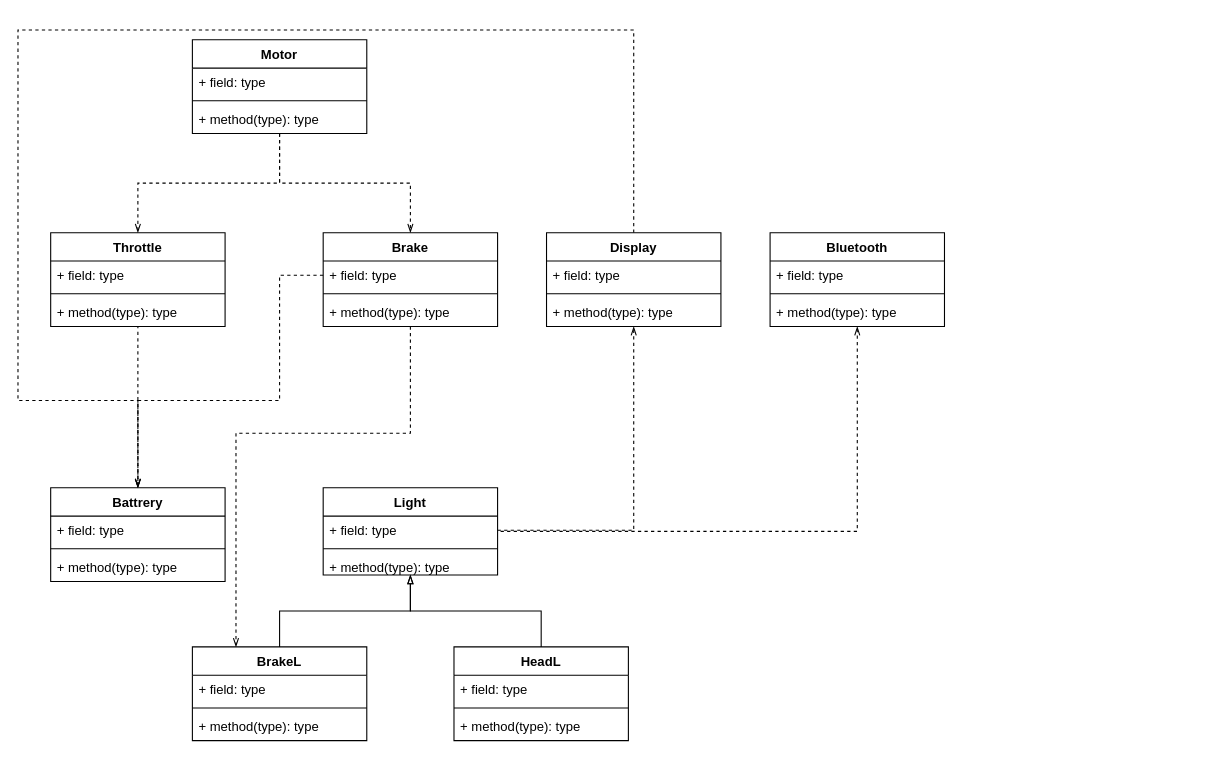
This is doc/class diagram.drawio from LucasCoraca/M365-Unlocked, a draw.io file, before an edit. Source tidied: cells renumbered, new cells numbered last; positions are measured from the earlier drawing's top-left corner, leaving out a move shared by most shapes. Both pictures are drawn from the tidied source at 109%, with x=0, y=0 at pixel (17, 29).
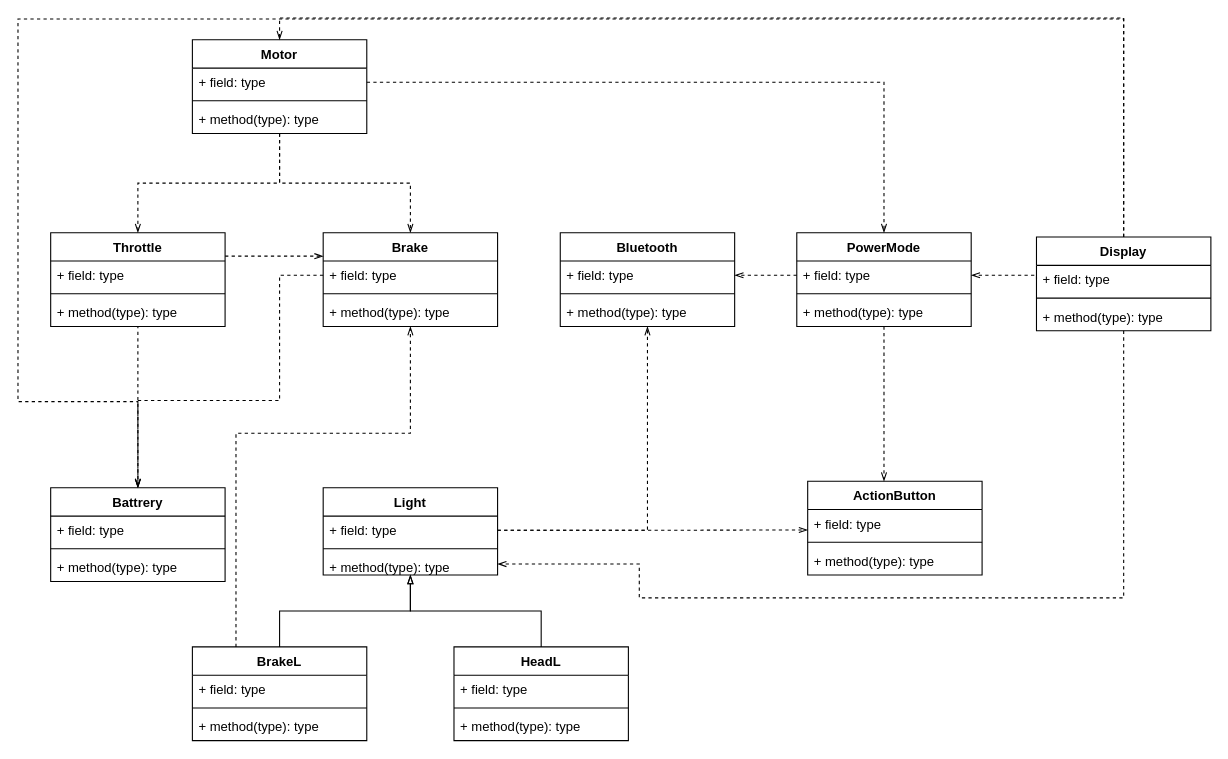
After the change.

Unchanged cells that the change refers to:
```xml
<mxCell id="4" value="Motor" style="swimlane;fontStyle=1;align=center;verticalAlign=top;horizontal=1;startSize=26;" parent="1" vertex="1">
  <mxGeometry x="160" y="9" width="160" height="86" as="geometry" />
</mxCell>
<mxCell id="5" value="+ field: type" style="text;strokeColor=none;fillColor=none;align=left;verticalAlign=top;spacingLeft=4;spacingRight=4;overflow=hidden;points=[[0,0.5],[1,0.5]];portConstraint=eastwest;" parent="4" vertex="1">
  <mxGeometry y="26" width="160" height="26" as="geometry" />
</mxCell>
<mxCell id="9" value="Brake" style="swimlane;fontStyle=1;align=center;verticalAlign=top;horizontal=1;startSize=26;" parent="1" vertex="1">
  <mxGeometry x="280" y="186" width="160" height="86" as="geometry" />
</mxCell>
<mxCell id="13" value="Throttle" style="swimlane;fontStyle=1;align=center;verticalAlign=top;horizontal=1;startSize=26;" parent="1" vertex="1">
  <mxGeometry x="30" y="186" width="160" height="86" as="geometry" />
</mxCell>
<mxCell id="19" value="+ field: type" style="text;strokeColor=none;fillColor=none;align=left;verticalAlign=top;spacingLeft=4;spacingRight=4;overflow=hidden;points=[[0,0.5],[1,0.5]];portConstraint=eastwest;" parent="18" vertex="1">
  <mxGeometry y="26" width="160" height="26" as="geometry" />
</mxCell>
<mxCell id="22" value="Light" style="swimlane;fontStyle=1;align=center;verticalAlign=top;horizontal=1;startSize=26;" parent="1" vertex="1">
  <mxGeometry x="280" y="420" width="160" height="80" as="geometry" />
</mxCell>
<mxCell id="23" value="+ field: type" style="text;strokeColor=none;fillColor=none;align=left;verticalAlign=top;spacingLeft=4;spacingRight=4;overflow=hidden;points=[[0,0.5],[1,0.5]];portConstraint=eastwest;" parent="22" vertex="1">
  <mxGeometry y="26" width="160" height="26" as="geometry" />
</mxCell>
<mxCell id="25" value="+ method(type): type" style="text;strokeColor=none;fillColor=none;align=left;verticalAlign=top;spacingLeft=4;spacingRight=4;overflow=hidden;points=[[0,0.5],[1,0.5]];portConstraint=eastwest;" parent="22" vertex="1">
  <mxGeometry y="60" width="160" height="20" as="geometry" />
</mxCell>
<mxCell id="27" value="BrakeL" style="swimlane;fontStyle=1;align=center;verticalAlign=top;horizontal=1;startSize=26;" parent="1" vertex="1">
  <mxGeometry x="160" y="566" width="160" height="86" as="geometry" />
</mxCell>
<mxCell id="38" value="+ field: type" style="text;strokeColor=none;fillColor=none;align=left;verticalAlign=top;spacingLeft=4;spacingRight=4;overflow=hidden;points=[[0,0.5],[1,0.5]];portConstraint=eastwest;" parent="37" vertex="1">
  <mxGeometry y="26" width="160" height="26" as="geometry" />
</mxCell>
<mxCell id="42" value="Battrery" style="swimlane;fontStyle=1;align=center;verticalAlign=top;horizontal=1;startSize=26;" parent="1" vertex="1">
  <mxGeometry x="30" y="420" width="160" height="86" as="geometry" />
</mxCell>
```

Diff of the diagram source:
```diff
@@
-    <mxCell id="8" style="edgeStyle=orthogonalEdgeStyle;rounded=0;jettySize=auto;html=1;entryX=0.25;entryY=0;entryDx=0;entryDy=0;dashed=1;startArrow=none;startFill=0;endArrow=openThin;endFill=0;" parent="1" edge="1" source="9" target="27">
-      <mxGeometry relative="1" as="geometry">
-        <Array as="points">
-          <mxPoint x="360" y="370" />
-          <mxPoint x="200" y="370" />
-        </Array>
-      </mxGeometry>
-    </mxCell>
@@
+    <mxCell id="48" style="edgeStyle=orthogonalEdgeStyle;rounded=0;jettySize=auto;html=1;exitX=1;exitY=0.25;exitDx=0;exitDy=0;entryX=0;entryY=0.25;entryDx=0;entryDy=0;dashed=1;startArrow=none;startFill=0;endArrow=openThin;endFill=0;" parent="1" edge="1" source="13" target="9">
+      <mxGeometry relative="1" as="geometry" />
+    </mxCell>
@@
-    <mxCell id="17" style="edgeStyle=orthogonalEdgeStyle;rounded=0;jettySize=auto;html=1;exitX=0.5;exitY=1;exitDx=0;exitDy=0;dashed=1;startArrow=openThin;startFill=0;endArrow=none;endFill=0;" parent="1" edge="1" source="18" target="22">
-      <mxGeometry relative="1" as="geometry">
-        <Array as="points">
-          <mxPoint x="770" y="460" />
-        </Array>
-      </mxGeometry>
-    </mxCell>
     <mxCell id="18" value="Bluetooth" style="swimlane;fontStyle=1;align=center;verticalAlign=top;horizontal=1;startSize=26;" parent="1" vertex="1">
-      <mxGeometry x="690" y="186" width="160" height="86" as="geometry" />
+      <mxGeometry x="497.5" y="186" width="160" height="86" as="geometry" />
     </mxCell>
@@
+    <mxCell id="49" style="edgeStyle=orthogonalEdgeStyle;rounded=0;jettySize=auto;html=1;exitX=0.25;exitY=0;exitDx=0;exitDy=0;dashed=1;startArrow=none;startFill=0;endArrow=openThin;endFill=0;entryX=0.5;entryY=1;entryDx=0;entryDy=0;" parent="1" edge="1" source="27" target="9">
+      <mxGeometry relative="1" as="geometry">
+        <Array as="points">
+          <mxPoint x="200" y="370" />
+          <mxPoint x="360" y="370" />
+        </Array>
+      </mxGeometry>
+    </mxCell>
@@
     <mxCell id="36" style="edgeStyle=orthogonalEdgeStyle;rounded=0;jettySize=auto;html=1;exitX=0.5;exitY=0;exitDx=0;exitDy=0;entryX=0.5;entryY=0;entryDx=0;entryDy=0;dashed=1;startArrow=none;startFill=0;endArrow=openThin;endFill=0;" parent="1" edge="1" source="37" target="42">
       <mxGeometry relative="1" as="geometry">
         <Array as="points">
-          <mxPoint x="565" />
-          <mxPoint />
-          <mxPoint y="340" />
-          <mxPoint x="110" y="340" />
+          <mxPoint x="1014" y="-10" />
+          <mxPoint y="-10" />
+          <mxPoint y="341" />
+          <mxPoint x="110" y="341" />
         </Array>
       </mxGeometry>
     </mxCell>
+    <mxCell id="50" style="edgeStyle=orthogonalEdgeStyle;rounded=0;jettySize=auto;html=1;exitX=0.5;exitY=1;exitDx=0;exitDy=0;entryX=1;entryY=0.5;entryDx=0;entryDy=0;dashed=1;startArrow=none;startFill=0;endArrow=openThin;endFill=0;" parent="1" edge="1" source="37" target="25">
+      <mxGeometry relative="1" as="geometry">
+        <Array as="points">
+          <mxPoint x="1014" y="521" />
+          <mxPoint x="570" y="521" />
+          <mxPoint x="570" y="490" />
+        </Array>
+      </mxGeometry>
+    </mxCell>
+    <mxCell id="51" style="edgeStyle=orthogonalEdgeStyle;rounded=0;jettySize=auto;html=1;exitX=0.5;exitY=0;exitDx=0;exitDy=0;entryX=0.5;entryY=0;entryDx=0;entryDy=0;dashed=1;startArrow=none;startFill=0;endArrow=openThin;endFill=0;" parent="1" edge="1" source="37" target="4">
+      <mxGeometry relative="1" as="geometry" />
+    </mxCell>
     <mxCell id="37" value="Display" style="swimlane;fontStyle=1;align=center;verticalAlign=top;horizontal=1;startSize=26;" parent="1" vertex="1">
-      <mxGeometry x="484.9" y="186" width="160" height="86" as="geometry" />
+      <mxGeometry x="934.4" y="190" width="160" height="86" as="geometry" />
     </mxCell>
@@
-    <mxCell id="47" style="edgeStyle=orthogonalEdgeStyle;rounded=0;jettySize=auto;html=1;exitX=1;exitY=0.5;exitDx=0;exitDy=0;entryX=0.5;entryY=1;entryDx=0;entryDy=0;dashed=1;startArrow=none;startFill=0;endArrow=openThin;endFill=0;" parent="1" edge="1" source="23" target="37">
-      <mxGeometry relative="1" as="geometry" />
-    </mxCell>
+    <mxCell id="52" value="ActionButton" style="swimlane;fontStyle=1;align=center;verticalAlign=top;horizontal=1;startSize=26;" parent="1" vertex="1">
+      <mxGeometry x="724.5" y="414" width="160" height="86" as="geometry" />
+    </mxCell>
+    <mxCell id="53" value="+ field: type" style="text;strokeColor=none;fillColor=none;align=left;verticalAlign=top;spacingLeft=4;spacingRight=4;overflow=hidden;points=[[0,0.5],[1,0.5]];portConstraint=eastwest;" parent="52" vertex="1">
+      <mxGeometry y="26" width="160" height="26" as="geometry" />
+    </mxCell>
+    <mxCell id="54" style="line;strokeWidth=1;fillColor=none;align=left;verticalAlign=middle;spacingTop=-1;spacingLeft=3;spacingRight=3;labelPosition=right;" parent="52" vertex="1">
+      <mxGeometry y="52" width="160" height="8" as="geometry" />
+    </mxCell>
+    <mxCell id="55" value="+ method(type): type" style="text;strokeColor=none;fillColor=none;align=left;verticalAlign=top;spacingLeft=4;spacingRight=4;overflow=hidden;" parent="52" vertex="1">
+      <mxGeometry y="60" width="160" height="26" as="geometry" />
+    </mxCell>
+    <mxCell id="56" style="edgeStyle=orthogonalEdgeStyle;rounded=0;jettySize=auto;html=1;exitX=0.5;exitY=1;exitDx=0;exitDy=0;dashed=1;startArrow=none;startFill=0;endArrow=openThin;endFill=0;" parent="1" edge="1" source="57" target="52">
+      <mxGeometry relative="1" as="geometry">
+        <Array as="points">
+          <mxPoint x="794" y="350" />
+          <mxPoint x="794" y="350" />
+        </Array>
+      </mxGeometry>
+    </mxCell>
+    <mxCell id="57" value="PowerMode" style="swimlane;fontStyle=1;align=center;verticalAlign=top;horizontal=1;startSize=26;" parent="1" vertex="1">
+      <mxGeometry x="714.5" y="186" width="160" height="86" as="geometry" />
+    </mxCell>
+    <mxCell id="58" value="+ field: type" style="text;strokeColor=none;fillColor=none;align=left;verticalAlign=top;spacingLeft=4;spacingRight=4;overflow=hidden;points=[[0,0.5],[1,0.5]];portConstraint=eastwest;" parent="57" vertex="1">
+      <mxGeometry y="26" width="160" height="26" as="geometry" />
+    </mxCell>
+    <mxCell id="59" style="line;strokeWidth=1;fillColor=none;align=left;verticalAlign=middle;spacingTop=-1;spacingLeft=3;spacingRight=3;labelPosition=right;" parent="57" vertex="1">
+      <mxGeometry y="52" width="160" height="8" as="geometry" />
+    </mxCell>
+    <mxCell id="60" value="+ method(type): type" style="text;strokeColor=none;fillColor=none;align=left;verticalAlign=top;spacingLeft=4;spacingRight=4;overflow=hidden;" parent="57" vertex="1">
+      <mxGeometry y="60" width="160" height="26" as="geometry" />
+    </mxCell>
+    <mxCell id="61" style="edgeStyle=orthogonalEdgeStyle;rounded=0;jettySize=auto;html=1;exitX=1;exitY=0.5;exitDx=0;exitDy=0;entryX=0;entryY=0.718;entryDx=0;entryDy=0;entryPerimeter=0;dashed=1;startArrow=none;startFill=0;endArrow=openThin;endFill=0;" parent="1" edge="1" source="23" target="53">
+      <mxGeometry relative="1" as="geometry">
+        <Array as="points">
+          <mxPoint x="583" y="459" />
+          <mxPoint x="583" y="458" />
+        </Array>
+      </mxGeometry>
+    </mxCell>
+    <mxCell id="62" style="edgeStyle=orthogonalEdgeStyle;rounded=0;jettySize=auto;html=1;exitX=1;exitY=0.5;exitDx=0;exitDy=0;entryX=0.5;entryY=0;entryDx=0;entryDy=0;dashed=1;startArrow=none;startFill=0;endArrow=openThin;endFill=0;" parent="1" edge="1" source="5" target="57">
+      <mxGeometry relative="1" as="geometry">
+        <Array as="points">
+          <mxPoint x="794" y="48" />
+        </Array>
+      </mxGeometry>
+    </mxCell>
+    <mxCell id="63" style="edgeStyle=orthogonalEdgeStyle;rounded=0;jettySize=auto;html=1;exitX=0;exitY=0.5;exitDx=0;exitDy=0;entryX=1;entryY=0.5;entryDx=0;entryDy=0;dashed=1;startArrow=none;startFill=0;endArrow=openThin;endFill=0;" parent="1" edge="1" source="38" target="58">
+      <mxGeometry relative="1" as="geometry">
+        <Array as="points">
+          <mxPoint x="934.5" y="225" />
+        </Array>
+      </mxGeometry>
+    </mxCell>
+    <mxCell id="64" style="edgeStyle=orthogonalEdgeStyle;rounded=0;jettySize=auto;html=1;exitX=0;exitY=0.5;exitDx=0;exitDy=0;dashed=1;startArrow=none;startFill=0;endArrow=openThin;endFill=0;" parent="1" edge="1" source="58" target="19">
+      <mxGeometry relative="1" as="geometry" />
+    </mxCell>
+    <mxCell id="65" style="edgeStyle=orthogonalEdgeStyle;rounded=0;jettySize=auto;html=1;exitX=1;exitY=0.5;exitDx=0;exitDy=0;dashed=1;startArrow=none;startFill=0;endArrow=openThin;endFill=0;entryX=0.5;entryY=1;entryDx=0;entryDy=0;" parent="1" edge="1" source="23" target="18">
+      <mxGeometry relative="1" as="geometry" />
+    </mxCell>
```
